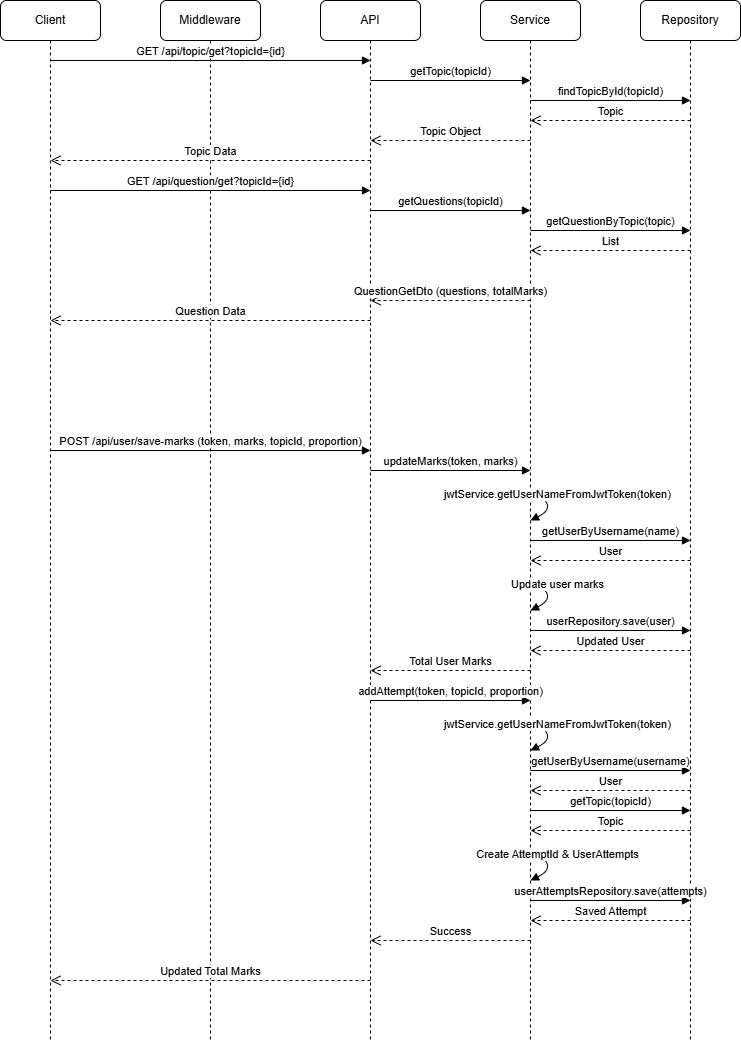
Before: documents/images/QuestionSequence.drawio.png, a diagram exported from draw.io (shahd9290/Competitive-Revision-Website). Source tidied: cells renumbered, new cells last; positions are measured from the earlier drawing's top-left corner, leaving out a move shared by most shapes. Source of this version:
```xml
<mxGraphModel>
  <root>
    <mxCell id="0" />
    <mxCell id="1" parent="0" />
    <mxCell id="2" value="Client" style="shape=umlLifeline;perimeter=lifelinePerimeter;whiteSpace=wrap;html=1;rounded=1;" parent="1" vertex="1">
      <mxGeometry width="100" height="1040" as="geometry" />
    </mxCell>
    <mxCell id="3" value="Middleware" style="shape=umlLifeline;perimeter=lifelinePerimeter;whiteSpace=wrap;html=1;rounded=1;" parent="1" vertex="1">
      <mxGeometry x="160" width="100" height="1040" as="geometry" />
    </mxCell>
    <mxCell id="4" value="API" style="shape=umlLifeline;perimeter=lifelinePerimeter;whiteSpace=wrap;html=1;rounded=1;" parent="1" vertex="1">
      <mxGeometry x="320" width="100" height="1040" as="geometry" />
    </mxCell>
    <mxCell id="5" value="Service" style="shape=umlLifeline;perimeter=lifelinePerimeter;whiteSpace=wrap;html=1;rounded=1;" parent="1" vertex="1">
      <mxGeometry x="480" width="100" height="1040" as="geometry" />
    </mxCell>
    <mxCell id="6" value="Repository" style="shape=umlLifeline;perimeter=lifelinePerimeter;whiteSpace=wrap;html=1;rounded=1;" parent="1" vertex="1">
      <mxGeometry x="640" width="100" height="1040" as="geometry" />
    </mxCell>
    <mxCell id="7" value="GET /api/topic/get?topicId={id}" style="html=1;verticalAlign=bottom;endArrow=block;" parent="1" edge="1">
      <mxGeometry relative="1" as="geometry">
        <mxPoint x="50" y="60" as="sourcePoint" />
        <mxPoint x="370" y="60" as="targetPoint" />
      </mxGeometry>
    </mxCell>
    <mxCell id="8" value="getTopic(topicId)" style="html=1;verticalAlign=bottom;endArrow=block;" parent="1" edge="1">
      <mxGeometry relative="1" as="geometry">
        <mxPoint x="370" y="80" as="sourcePoint" />
        <mxPoint x="530" y="80" as="targetPoint" />
      </mxGeometry>
    </mxCell>
    <mxCell id="9" value="findTopicById(topicId)" style="html=1;verticalAlign=bottom;endArrow=block;" parent="1" edge="1">
      <mxGeometry relative="1" as="geometry">
        <mxPoint x="530" y="100" as="sourcePoint" />
        <mxPoint x="690" y="100" as="targetPoint" />
      </mxGeometry>
    </mxCell>
    <mxCell id="10" value="Topic" style="html=1;verticalAlign=bottom;endArrow=open;dashed=1;endSize=8;" parent="1" edge="1">
      <mxGeometry relative="1" as="geometry">
        <mxPoint x="690" y="120" as="sourcePoint" />
        <mxPoint x="530" y="120" as="targetPoint" />
      </mxGeometry>
    </mxCell>
    <mxCell id="11" value="Topic Object" style="html=1;verticalAlign=bottom;endArrow=open;dashed=1;endSize=8;" parent="1" edge="1">
      <mxGeometry relative="1" as="geometry">
        <mxPoint x="530" y="140" as="sourcePoint" />
        <mxPoint x="370" y="140" as="targetPoint" />
      </mxGeometry>
    </mxCell>
    <mxCell id="12" value="Topic Data" style="html=1;verticalAlign=bottom;endArrow=open;dashed=1;endSize=8;" parent="1" edge="1">
      <mxGeometry relative="1" as="geometry">
        <mxPoint x="370" y="160" as="sourcePoint" />
        <mxPoint x="50" y="160" as="targetPoint" />
      </mxGeometry>
    </mxCell>
    <mxCell id="13" value="GET /api/question/get?topicId={id}" style="html=1;verticalAlign=bottom;endArrow=block;" parent="1" edge="1">
      <mxGeometry relative="1" as="geometry">
        <mxPoint x="50" y="190" as="sourcePoint" />
        <mxPoint x="370" y="190" as="targetPoint" />
      </mxGeometry>
    </mxCell>
    <mxCell id="14" value="getQuestions(topicId)" style="html=1;verticalAlign=bottom;endArrow=block;" parent="1" edge="1">
      <mxGeometry relative="1" as="geometry">
        <mxPoint x="370" y="210" as="sourcePoint" />
        <mxPoint x="530" y="210" as="targetPoint" />
      </mxGeometry>
    </mxCell>
    <mxCell id="15" value="getQuestionByTopic(topic)" style="html=1;verticalAlign=bottom;endArrow=block;" parent="1" edge="1">
      <mxGeometry relative="1" as="geometry">
        <mxPoint x="530" y="230" as="sourcePoint" />
        <mxPoint x="690" y="230" as="targetPoint" />
      </mxGeometry>
    </mxCell>
    <mxCell id="16" value="List&lt;Question&gt;" style="html=1;verticalAlign=bottom;endArrow=open;dashed=1;endSize=8;" parent="1" edge="1">
      <mxGeometry relative="1" as="geometry">
        <mxPoint x="690" y="250" as="sourcePoint" />
        <mxPoint x="530" y="250" as="targetPoint" />
      </mxGeometry>
    </mxCell>
    <mxCell id="17" value="QuestionGetDto (questions, totalMarks)" style="html=1;verticalAlign=bottom;endArrow=open;dashed=1;endSize=8;" parent="1" edge="1">
      <mxGeometry relative="1" as="geometry">
        <mxPoint x="530" y="300" as="sourcePoint" />
        <mxPoint x="370" y="300" as="targetPoint" />
      </mxGeometry>
    </mxCell>
    <mxCell id="18" value="Question Data" style="html=1;verticalAlign=bottom;endArrow=open;dashed=1;endSize=8;" parent="1" edge="1">
      <mxGeometry relative="1" as="geometry">
        <mxPoint x="370" y="320" as="sourcePoint" />
        <mxPoint x="50" y="320" as="targetPoint" />
      </mxGeometry>
    </mxCell>
    <mxCell id="19" value="POST /api/user/save-marks (token, marks, topicId, proportion)" style="html=1;verticalAlign=bottom;endArrow=block;" parent="1" edge="1">
      <mxGeometry relative="1" as="geometry">
        <mxPoint x="50" y="450" as="sourcePoint" />
        <mxPoint x="370" y="450" as="targetPoint" />
      </mxGeometry>
    </mxCell>
    <mxCell id="20" value="updateMarks(token, marks)" style="html=1;verticalAlign=bottom;endArrow=block;" parent="1" edge="1">
      <mxGeometry relative="1" as="geometry">
        <mxPoint x="370" y="470" as="sourcePoint" />
        <mxPoint x="530" y="470" as="targetPoint" />
      </mxGeometry>
    </mxCell>
    <mxCell id="21" value="jwtService.getUserNameFromJwtToken(token)" style="html=1;verticalAlign=bottom;endArrow=block;curved=1;" parent="1" edge="1">
      <mxGeometry x="-0.12" relative="1" as="geometry">
        <mxPoint x="530" y="490" as="sourcePoint" />
        <mxPoint x="530" y="520" as="targetPoint" />
        <Array as="points">
          <mxPoint x="560" y="505" />
        </Array>
      </mxGeometry>
    </mxCell>
    <mxCell id="22" value="getUserByUsername(name)" style="html=1;verticalAlign=bottom;endArrow=block;" parent="1" edge="1">
      <mxGeometry relative="1" as="geometry">
        <mxPoint x="530" y="540" as="sourcePoint" />
        <mxPoint x="690" y="540" as="targetPoint" />
      </mxGeometry>
    </mxCell>
    <mxCell id="23" value="User" style="html=1;verticalAlign=bottom;endArrow=open;dashed=1;endSize=8;" parent="1" edge="1">
      <mxGeometry relative="1" as="geometry">
        <mxPoint x="690" y="560" as="sourcePoint" />
        <mxPoint x="530" y="560" as="targetPoint" />
      </mxGeometry>
    </mxCell>
    <mxCell id="24" value="Update user marks" style="html=1;verticalAlign=bottom;endArrow=block;curved=1;" parent="1" edge="1">
      <mxGeometry x="-0.12" relative="1" as="geometry">
        <mxPoint x="530" y="580" as="sourcePoint" />
        <mxPoint x="530" y="610" as="targetPoint" />
        <Array as="points">
          <mxPoint x="560" y="595" />
        </Array>
      </mxGeometry>
    </mxCell>
    <mxCell id="25" value="userRepository.save(user)" style="html=1;verticalAlign=bottom;endArrow=block;" parent="1" edge="1">
      <mxGeometry relative="1" as="geometry">
        <mxPoint x="530" y="630" as="sourcePoint" />
        <mxPoint x="690" y="630" as="targetPoint" />
      </mxGeometry>
    </mxCell>
    <mxCell id="26" value="Updated User" style="html=1;verticalAlign=bottom;endArrow=open;dashed=1;endSize=8;" parent="1" edge="1">
      <mxGeometry relative="1" as="geometry">
        <mxPoint x="690" y="650" as="sourcePoint" />
        <mxPoint x="530" y="650" as="targetPoint" />
      </mxGeometry>
    </mxCell>
    <mxCell id="27" value="Total User Marks" style="html=1;verticalAlign=bottom;endArrow=open;dashed=1;endSize=8;" parent="1" edge="1">
      <mxGeometry relative="1" as="geometry">
        <mxPoint x="530" y="670" as="sourcePoint" />
        <mxPoint x="370" y="670" as="targetPoint" />
      </mxGeometry>
    </mxCell>
    <mxCell id="28" value="addAttempt(token, topicId, proportion)" style="html=1;verticalAlign=bottom;endArrow=block;" parent="1" edge="1">
      <mxGeometry relative="1" as="geometry">
        <mxPoint x="370" y="700" as="sourcePoint" />
        <mxPoint x="530" y="700" as="targetPoint" />
      </mxGeometry>
    </mxCell>
    <mxCell id="29" value="jwtService.getUserNameFromJwtToken(token)" style="html=1;verticalAlign=bottom;endArrow=block;curved=1;" parent="1" edge="1">
      <mxGeometry x="-0.12" relative="1" as="geometry">
        <mxPoint x="530" y="720" as="sourcePoint" />
        <mxPoint x="530" y="750" as="targetPoint" />
        <Array as="points">
          <mxPoint x="560" y="735" />
        </Array>
      </mxGeometry>
    </mxCell>
    <mxCell id="30" value="getUserByUsername(username)" style="html=1;verticalAlign=bottom;endArrow=block;" parent="1" edge="1">
      <mxGeometry relative="1" as="geometry">
        <mxPoint x="530" y="770" as="sourcePoint" />
        <mxPoint x="690" y="770" as="targetPoint" />
      </mxGeometry>
    </mxCell>
    <mxCell id="31" value="User" style="html=1;verticalAlign=bottom;endArrow=open;dashed=1;endSize=8;" parent="1" edge="1">
      <mxGeometry relative="1" as="geometry">
        <mxPoint x="690" y="790" as="sourcePoint" />
        <mxPoint x="530" y="790" as="targetPoint" />
      </mxGeometry>
    </mxCell>
    <mxCell id="32" value="getTopic(topicId)" style="html=1;verticalAlign=bottom;endArrow=block;" parent="1" edge="1">
      <mxGeometry relative="1" as="geometry">
        <mxPoint x="530" y="810" as="sourcePoint" />
        <mxPoint x="690" y="810" as="targetPoint" />
      </mxGeometry>
    </mxCell>
    <mxCell id="33" value="Topic" style="html=1;verticalAlign=bottom;endArrow=open;dashed=1;endSize=8;" parent="1" edge="1">
      <mxGeometry relative="1" as="geometry">
        <mxPoint x="690" y="830" as="sourcePoint" />
        <mxPoint x="530" y="830" as="targetPoint" />
      </mxGeometry>
    </mxCell>
    <mxCell id="34" value="Create AttemptId &amp; UserAttempts" style="html=1;verticalAlign=bottom;endArrow=block;curved=1;" parent="1" edge="1">
      <mxGeometry x="-0.12" relative="1" as="geometry">
        <mxPoint x="530" y="850" as="sourcePoint" />
        <mxPoint x="530" y="880" as="targetPoint" />
        <Array as="points">
          <mxPoint x="560" y="865" />
        </Array>
      </mxGeometry>
    </mxCell>
    <mxCell id="35" value="userAttemptsRepository.save(attempts)" style="html=1;verticalAlign=bottom;endArrow=block;" parent="1" edge="1">
      <mxGeometry relative="1" as="geometry">
        <mxPoint x="530" y="900" as="sourcePoint" />
        <mxPoint x="690" y="900" as="targetPoint" />
      </mxGeometry>
    </mxCell>
    <mxCell id="36" value="Saved Attempt" style="html=1;verticalAlign=bottom;endArrow=open;dashed=1;endSize=8;" parent="1" edge="1">
      <mxGeometry relative="1" as="geometry">
        <mxPoint x="690" y="920" as="sourcePoint" />
        <mxPoint x="530" y="920" as="targetPoint" />
      </mxGeometry>
    </mxCell>
    <mxCell id="37" value="Success" style="html=1;verticalAlign=bottom;endArrow=open;dashed=1;endSize=8;" parent="1" edge="1">
      <mxGeometry relative="1" as="geometry">
        <mxPoint x="530" y="940" as="sourcePoint" />
        <mxPoint x="370" y="940" as="targetPoint" />
      </mxGeometry>
    </mxCell>
    <mxCell id="38" value="Updated Total Marks" style="html=1;verticalAlign=bottom;endArrow=open;dashed=1;endSize=8;" parent="1" edge="1">
      <mxGeometry relative="1" as="geometry">
        <mxPoint x="370" y="980" as="sourcePoint" />
        <mxPoint x="50" y="980" as="targetPoint" />
      </mxGeometry>
    </mxCell>
  </root>
</mxGraphModel>
```
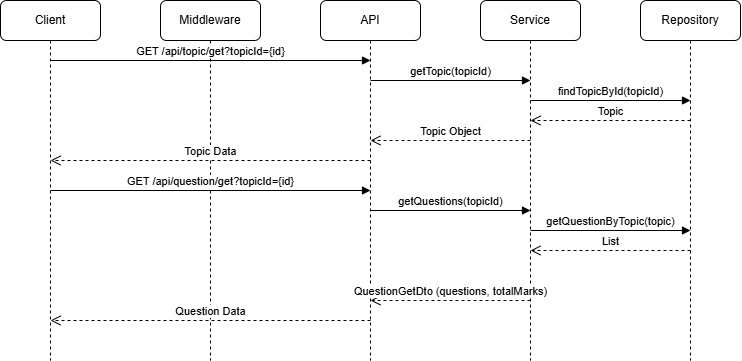
After the commit.

Change to the diagram source:
```diff
@@ -3,19 +3,19 @@
     <mxCell id="0" />
     <mxCell id="1" parent="0" />
     <mxCell id="2" value="Client" style="shape=umlLifeline;perimeter=lifelinePerimeter;whiteSpace=wrap;html=1;rounded=1;" parent="1" vertex="1">
-      <mxGeometry width="100" height="1040" as="geometry" />
+      <mxGeometry width="100" height="360" as="geometry" />
     </mxCell>
     <mxCell id="3" value="Middleware" style="shape=umlLifeline;perimeter=lifelinePerimeter;whiteSpace=wrap;html=1;rounded=1;" parent="1" vertex="1">
-      <mxGeometry x="160" width="100" height="1040" as="geometry" />
+      <mxGeometry x="160" width="100" height="360" as="geometry" />
     </mxCell>
     <mxCell id="4" value="API" style="shape=umlLifeline;perimeter=lifelinePerimeter;whiteSpace=wrap;html=1;rounded=1;" parent="1" vertex="1">
-      <mxGeometry x="320" width="100" height="1040" as="geometry" />
+      <mxGeometry x="320" width="100" height="360" as="geometry" />
     </mxCell>
     <mxCell id="5" value="Service" style="shape=umlLifeline;perimeter=lifelinePerimeter;whiteSpace=wrap;html=1;rounded=1;" parent="1" vertex="1">
-      <mxGeometry x="480" width="100" height="1040" as="geometry" />
+      <mxGeometry x="480" width="100" height="360" as="geometry" />
     </mxCell>
     <mxCell id="6" value="Repository" style="shape=umlLifeline;perimeter=lifelinePerimeter;whiteSpace=wrap;html=1;rounded=1;" parent="1" vertex="1">
-      <mxGeometry x="640" width="100" height="1040" as="geometry" />
+      <mxGeometry x="640" width="100" height="360" as="geometry" />
     </mxCell>
     <mxCell id="7" value="GET /api/topic/get?topicId={id}" style="html=1;verticalAlign=bottom;endArrow=block;" parent="1" edge="1">
       <mxGeometry relative="1" as="geometry">
@@ -89,137 +89,5 @@
         <mxPoint x="50" y="320" as="targetPoint" />
       </mxGeometry>
     </mxCell>
-    <mxCell id="19" value="POST /api/user/save-marks (token, marks, topicId, proportion)" style="html=1;verticalAlign=bottom;endArrow=block;" parent="1" edge="1">
-      <mxGeometry relative="1" as="geometry">
-        <mxPoint x="50" y="450" as="sourcePoint" />
-        <mxPoint x="370" y="450" as="targetPoint" />
-      </mxGeometry>
-    </mxCell>
-    <mxCell id="20" value="updateMarks(token, marks)" style="html=1;verticalAlign=bottom;endArrow=block;" parent="1" edge="1">
-      <mxGeometry relative="1" as="geometry">
-        <mxPoint x="370" y="470" as="sourcePoint" />
-        <mxPoint x="530" y="470" as="targetPoint" />
-      </mxGeometry>
-    </mxCell>
-    <mxCell id="21" value="jwtService.getUserNameFromJwtToken(token)" style="html=1;verticalAlign=bottom;endArrow=block;curved=1;" parent="1" edge="1">
-      <mxGeometry x="-0.12" relative="1" as="geometry">
-        <mxPoint x="530" y="490" as="sourcePoint" />
-        <mxPoint x="530" y="520" as="targetPoint" />
-        <Array as="points">
-          <mxPoint x="560" y="505" />
-        </Array>
-      </mxGeometry>
-    </mxCell>
-    <mxCell id="22" value="getUserByUsername(name)" style="html=1;verticalAlign=bottom;endArrow=block;" parent="1" edge="1">
-      <mxGeometry relative="1" as="geometry">
-        <mxPoint x="530" y="540" as="sourcePoint" />
-        <mxPoint x="690" y="540" as="targetPoint" />
-      </mxGeometry>
-    </mxCell>
-    <mxCell id="23" value="User" style="html=1;verticalAlign=bottom;endArrow=open;dashed=1;endSize=8;" parent="1" edge="1">
-      <mxGeometry relative="1" as="geometry">
-        <mxPoint x="690" y="560" as="sourcePoint" />
-        <mxPoint x="530" y="560" as="targetPoint" />
-      </mxGeometry>
-    </mxCell>
-    <mxCell id="24" value="Update user marks" style="html=1;verticalAlign=bottom;endArrow=block;curved=1;" parent="1" edge="1">
-      <mxGeometry x="-0.12" relative="1" as="geometry">
-        <mxPoint x="530" y="580" as="sourcePoint" />
-        <mxPoint x="530" y="610" as="targetPoint" />
-        <Array as="points">
-          <mxPoint x="560" y="595" />
-        </Array>
-      </mxGeometry>
-    </mxCell>
-    <mxCell id="25" value="userRepository.save(user)" style="html=1;verticalAlign=bottom;endArrow=block;" parent="1" edge="1">
-      <mxGeometry relative="1" as="geometry">
-        <mxPoint x="530" y="630" as="sourcePoint" />
-        <mxPoint x="690" y="630" as="targetPoint" />
-      </mxGeometry>
-    </mxCell>
-    <mxCell id="26" value="Updated User" style="html=1;verticalAlign=bottom;endArrow=open;dashed=1;endSize=8;" parent="1" edge="1">
-      <mxGeometry relative="1" as="geometry">
-        <mxPoint x="690" y="650" as="sourcePoint" />
-        <mxPoint x="530" y="650" as="targetPoint" />
-      </mxGeometry>
-    </mxCell>
-    <mxCell id="27" value="Total User Marks" style="html=1;verticalAlign=bottom;endArrow=open;dashed=1;endSize=8;" parent="1" edge="1">
-      <mxGeometry relative="1" as="geometry">
-        <mxPoint x="530" y="670" as="sourcePoint" />
-        <mxPoint x="370" y="670" as="targetPoint" />
-      </mxGeometry>
-    </mxCell>
-    <mxCell id="28" value="addAttempt(token, topicId, proportion)" style="html=1;verticalAlign=bottom;endArrow=block;" parent="1" edge="1">
-      <mxGeometry relative="1" as="geometry">
-        <mxPoint x="370" y="700" as="sourcePoint" />
-        <mxPoint x="530" y="700" as="targetPoint" />
-      </mxGeometry>
-    </mxCell>
-    <mxCell id="29" value="jwtService.getUserNameFromJwtToken(token)" style="html=1;verticalAlign=bottom;endArrow=block;curved=1;" parent="1" edge="1">
-      <mxGeometry x="-0.12" relative="1" as="geometry">
-        <mxPoint x="530" y="720" as="sourcePoint" />
-        <mxPoint x="530" y="750" as="targetPoint" />
-        <Array as="points">
-          <mxPoint x="560" y="735" />
-        </Array>
-      </mxGeometry>
-    </mxCell>
-    <mxCell id="30" value="getUserByUsername(username)" style="html=1;verticalAlign=bottom;endArrow=block;" parent="1" edge="1">
-      <mxGeometry relative="1" as="geometry">
-        <mxPoint x="530" y="770" as="sourcePoint" />
-        <mxPoint x="690" y="770" as="targetPoint" />
-      </mxGeometry>
-    </mxCell>
-    <mxCell id="31" value="User" style="html=1;verticalAlign=bottom;endArrow=open;dashed=1;endSize=8;" parent="1" edge="1">
-      <mxGeometry relative="1" as="geometry">
-        <mxPoint x="690" y="790" as="sourcePoint" />
-        <mxPoint x="530" y="790" as="targetPoint" />
-      </mxGeometry>
-    </mxCell>
-    <mxCell id="32" value="getTopic(topicId)" style="html=1;verticalAlign=bottom;endArrow=block;" parent="1" edge="1">
-      <mxGeometry relative="1" as="geometry">
-        <mxPoint x="530" y="810" as="sourcePoint" />
-        <mxPoint x="690" y="810" as="targetPoint" />
-      </mxGeometry>
-    </mxCell>
-    <mxCell id="33" value="Topic" style="html=1;verticalAlign=bottom;endArrow=open;dashed=1;endSize=8;" parent="1" edge="1">
-      <mxGeometry relative="1" as="geometry">
-        <mxPoint x="690" y="830" as="sourcePoint" />
-        <mxPoint x="530" y="830" as="targetPoint" />
-      </mxGeometry>
-    </mxCell>
-    <mxCell id="34" value="Create AttemptId &amp; UserAttempts" style="html=1;verticalAlign=bottom;endArrow=block;curved=1;" parent="1" edge="1">
-      <mxGeometry x="-0.12" relative="1" as="geometry">
-        <mxPoint x="530" y="850" as="sourcePoint" />
-        <mxPoint x="530" y="880" as="targetPoint" />
-        <Array as="points">
-          <mxPoint x="560" y="865" />
-        </Array>
-      </mxGeometry>
-    </mxCell>
-    <mxCell id="35" value="userAttemptsRepository.save(attempts)" style="html=1;verticalAlign=bottom;endArrow=block;" parent="1" edge="1">
-      <mxGeometry relative="1" as="geometry">
-        <mxPoint x="530" y="900" as="sourcePoint" />
-        <mxPoint x="690" y="900" as="targetPoint" />
-      </mxGeometry>
-    </mxCell>
-    <mxCell id="36" value="Saved Attempt" style="html=1;verticalAlign=bottom;endArrow=open;dashed=1;endSize=8;" parent="1" edge="1">
-      <mxGeometry relative="1" as="geometry">
-        <mxPoint x="690" y="920" as="sourcePoint" />
-        <mxPoint x="530" y="920" as="targetPoint" />
-      </mxGeometry>
-    </mxCell>
-    <mxCell id="37" value="Success" style="html=1;verticalAlign=bottom;endArrow=open;dashed=1;endSize=8;" parent="1" edge="1">
-      <mxGeometry relative="1" as="geometry">
-        <mxPoint x="530" y="940" as="sourcePoint" />
-        <mxPoint x="370" y="940" as="targetPoint" />
-      </mxGeometry>
-    </mxCell>
-    <mxCell id="38" value="Updated Total Marks" style="html=1;verticalAlign=bottom;endArrow=open;dashed=1;endSize=8;" parent="1" edge="1">
-      <mxGeometry relative="1" as="geometry">
-        <mxPoint x="370" y="980" as="sourcePoint" />
-        <mxPoint x="50" y="980" as="targetPoint" />
-      </mxGeometry>
-    </mxCell>
   </root>
 </mxGraphModel>
```
